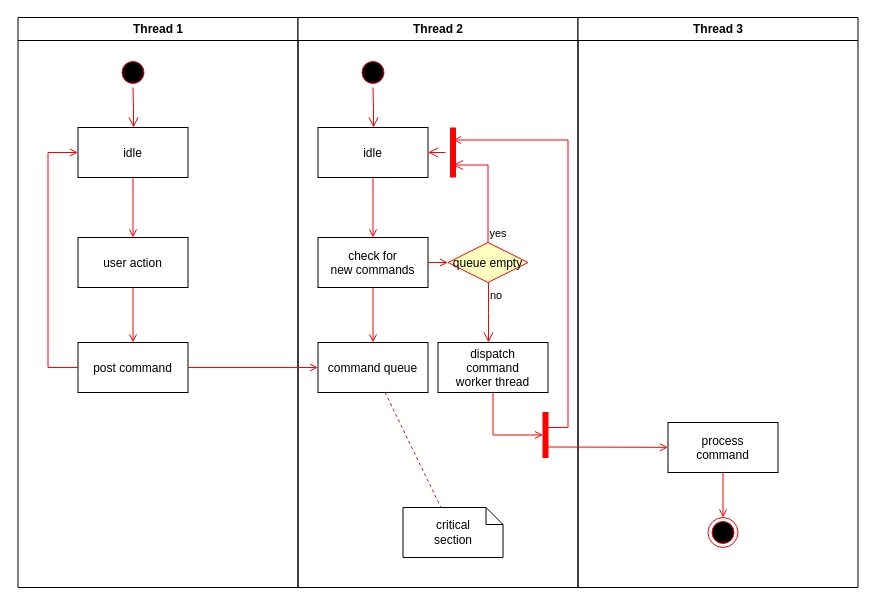
Above: Untitled Diagram.drawio in ndswecker/SnatchItCore (draw.io), before the change. Source tidied: cells renumbered, new cells numbered last; positions are measured from the earlier drawing's top-left corner, leaving out a move shared by most shapes. Both pictures are drawn from the tidied source at 100%, with x=0, y=0 at pixel (17, 17).
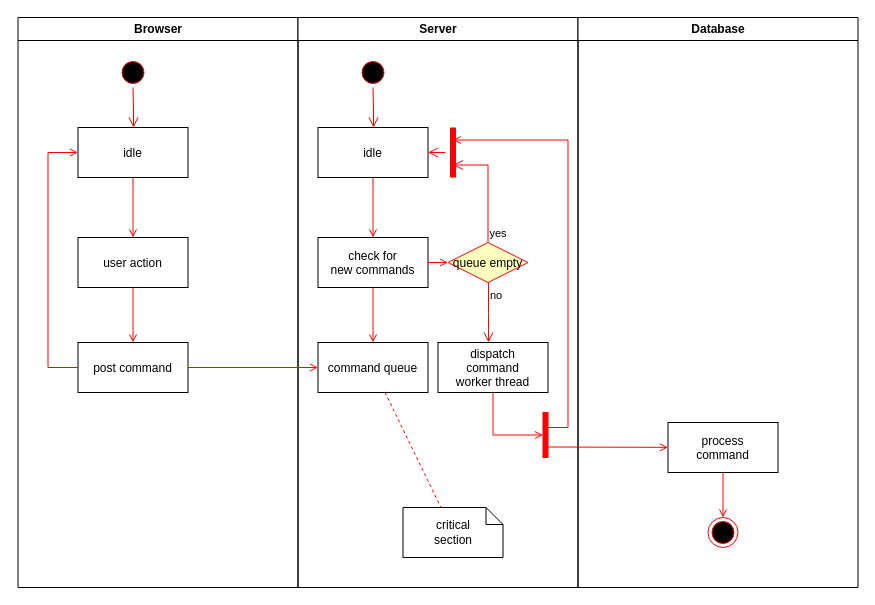
The same page after the edit.

Commit message:
separating browser and server

Diff of the diagram source:
```diff
@@
-    <mxCell id="2" value="Thread 1" style="swimlane;whiteSpace=wrap;" parent="1" vertex="1">
+    <mxCell id="2" value="Browser" style="swimlane;whiteSpace=wrap;" parent="1" vertex="1">
       <mxGeometry x="0.5" width="280" height="570" as="geometry" />
     </mxCell>
@@
-    <mxCell id="11" value="Thread 2" style="swimlane;whiteSpace=wrap;" parent="1" vertex="1">
+    <mxCell id="11" value="Server" style="swimlane;whiteSpace=wrap;startSize=23;" parent="1" vertex="1">
       <mxGeometry x="280.5" width="280" height="570" as="geometry" />
     </mxCell>
@@
-    <mxCell id="30" value="Thread 3" style="swimlane;whiteSpace=wrap;" parent="1" vertex="1">
+    <mxCell id="30" value="Database" style="swimlane;whiteSpace=wrap;" parent="1" vertex="1">
       <mxGeometry x="560.5" width="280" height="570" as="geometry" />
     </mxCell>
```
